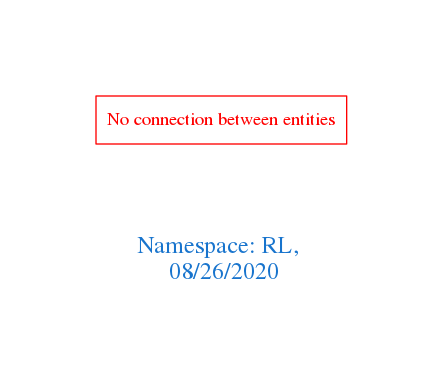
The Graphviz diagram downloads/RL.png in arago/OGIT, before a commit. Its source is kept beside it as downloads/RL.dot.
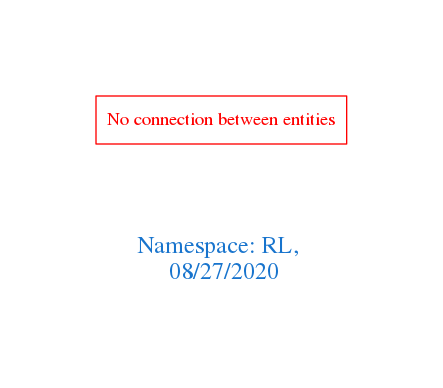
Later version of the same file.

The edit, as a diff of the source:
```diff
@@ -1,7 +1,7 @@
 digraph OGIT_ontology {
  graph [ rankdir= LR,pad=1
 fontsize = 18,
-fontcolor= dodgerblue3,label = "\n\n\nNamespace: RL, \n 08/26/2020"];
+fontcolor= dodgerblue3,label = "\n\n\nNamespace: RL, \n 08/27/2020"];
 node[shape=polygon];
 edge [  color="gray81"];
 
```
